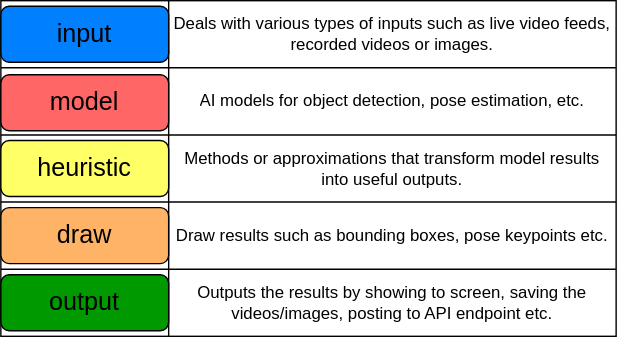
The draw.io diagram diagrams/node_types.drawio.svg in aisingapore/PeekingDuck, before a commit. Source tidied: cells renumbered, new cells last; positions are measured from the earlier drawing's top-left corner, leaving out a move shared by most shapes.
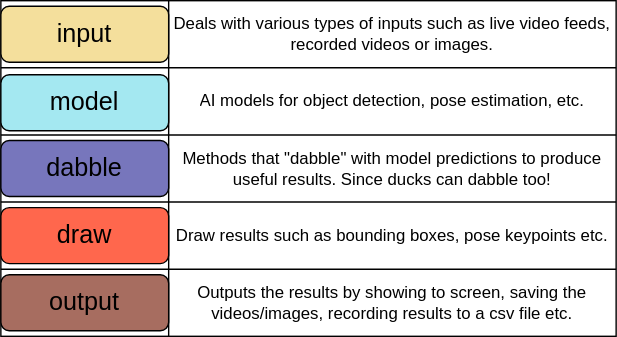
The same diagram one commit later.

Commit message:
docs(packaging): Changed 'heuristic' nodes to 'dabble' and updated colour scheme of diagrams

Change to the diagram source:
```diff
@@ -29,7 +29,7 @@
     <mxCell id="10" style="shape=partialRectangle;html=1;whiteSpace=wrap;overflow=hidden;fillColor=none;top=0;left=0;bottom=0;right=0;" parent="9" vertex="1">
       <mxGeometry width="120" height="48" as="geometry" />
     </mxCell>
-    <mxCell id="11" value="Methods or approximations that transform model results into useful outputs." style="shape=partialRectangle;html=1;whiteSpace=wrap;overflow=hidden;fillColor=none;top=0;left=0;bottom=0;right=0;" parent="9" vertex="1">
+    <mxCell id="11" value="Methods that &quot;dabble&quot; with model predictions to produce useful results. Since ducks can dabble too!" style="shape=partialRectangle;html=1;whiteSpace=wrap;overflow=hidden;fillColor=none;top=0;left=0;bottom=0;right=0;" parent="9" vertex="1">
       <mxGeometry x="120" width="320" height="48" as="geometry" />
     </mxCell>
     <mxCell id="12" style="shape=partialRectangle;html=1;whiteSpace=wrap;fillColor=none;top=0;left=0;bottom=0;right=0;" parent="2" vertex="1">
@@ -47,22 +47,22 @@
     <mxCell id="16" style="shape=partialRectangle;html=1;whiteSpace=wrap;overflow=hidden;fillColor=none;top=0;left=0;bottom=0;right=0;" parent="15" vertex="1">
       <mxGeometry width="120" height="48" as="geometry" />
     </mxCell>
-    <mxCell id="17" value="Outputs the results by showing to screen, saving the videos/images, posting to API endpoint etc." style="shape=partialRectangle;html=1;whiteSpace=wrap;overflow=hidden;fillColor=none;top=0;left=0;bottom=0;right=0;" parent="15" vertex="1">
+    <mxCell id="17" value="Outputs the results by showing to screen, saving the videos/images, recording results to a csv file etc." style="shape=partialRectangle;html=1;whiteSpace=wrap;overflow=hidden;fillColor=none;top=0;left=0;bottom=0;right=0;" parent="15" vertex="1">
       <mxGeometry x="120" width="320" height="48" as="geometry" />
     </mxCell>
-    <mxCell id="18" value="&lt;font style=&quot;font-size: 18px&quot;&gt;input&lt;/font&gt;" style="rounded=1;whiteSpace=wrap;html=1;fillColor=#007FFF;" parent="1" vertex="1">
+    <mxCell id="18" value="&lt;font style=&quot;font-size: 18px&quot;&gt;input&lt;/font&gt;" style="rounded=1;whiteSpace=wrap;html=1;fillColor=#F4df9c;" parent="1" vertex="1">
       <mxGeometry y="4" width="120" height="40" as="geometry" />
     </mxCell>
-    <mxCell id="19" value="&lt;font style=&quot;font-size: 18px&quot;&gt;model&lt;/font&gt;" style="rounded=1;whiteSpace=wrap;html=1;fillColor=#FF6666;" parent="1" vertex="1">
+    <mxCell id="19" value="&lt;font style=&quot;font-size: 18px&quot;&gt;model&lt;/font&gt;" style="rounded=1;whiteSpace=wrap;html=1;fillColor=#a4e8f1;" parent="1" vertex="1">
       <mxGeometry y="53" width="120" height="40" as="geometry" />
     </mxCell>
-    <mxCell id="20" value="&lt;font style=&quot;font-size: 18px&quot;&gt;draw&lt;/font&gt;" style="rounded=1;whiteSpace=wrap;html=1;fillColor=#FFB366;" parent="1" vertex="1">
+    <mxCell id="20" value="&lt;font style=&quot;font-size: 18px&quot;&gt;draw&lt;/font&gt;" style="rounded=1;whiteSpace=wrap;html=1;fillColor=#ff674d;" parent="1" vertex="1">
       <mxGeometry y="148" width="120" height="40" as="geometry" />
     </mxCell>
-    <mxCell id="21" value="&lt;font style=&quot;font-size: 18px&quot;&gt;output&lt;/font&gt;" style="rounded=1;whiteSpace=wrap;html=1;fillColor=#009900;" parent="1" vertex="1">
+    <mxCell id="21" value="&lt;font style=&quot;font-size: 18px&quot;&gt;output&lt;/font&gt;" style="rounded=1;whiteSpace=wrap;html=1;fillColor=#a76d60;" parent="1" vertex="1">
       <mxGeometry y="196" width="120" height="40" as="geometry" />
     </mxCell>
-    <mxCell id="22" value="&lt;font style=&quot;font-size: 18px&quot;&gt;heuristic&lt;/font&gt;" style="rounded=1;whiteSpace=wrap;html=1;fillColor=#FFFF66;" parent="1" vertex="1">
+    <mxCell id="22" value="&lt;font style=&quot;font-size: 18px&quot;&gt;dabble&lt;/font&gt;" style="rounded=1;whiteSpace=wrap;html=1;fillColor=#7776bc;" parent="1" vertex="1">
       <mxGeometry y="100" width="120" height="40" as="geometry" />
     </mxCell>
   </root>
```
